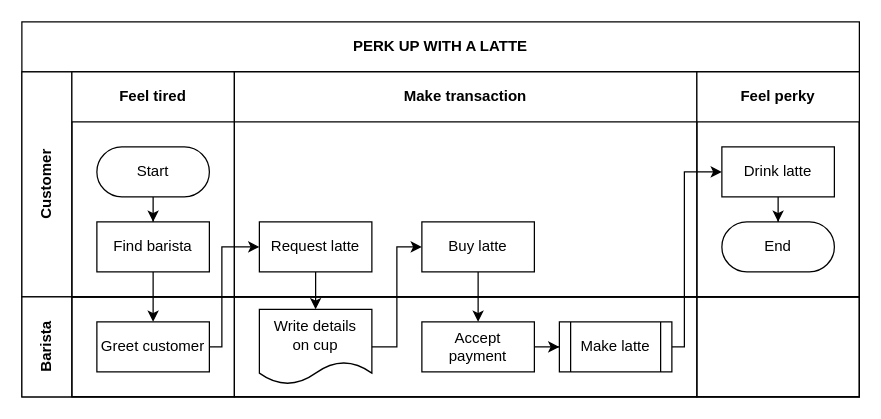
Earlier version of the draw.io diagram Untitled Diagram.drawio (YadavGulshan/Hotel-Management-System). Source tidied: cells renumbered, new cells numbered last; positions are measured from the earlier drawing's top-left corner, leaving out a move shared by most shapes. Both pictures are drawn from the tidied source at 125%, with x=0, y=0 at pixel (21, 21).
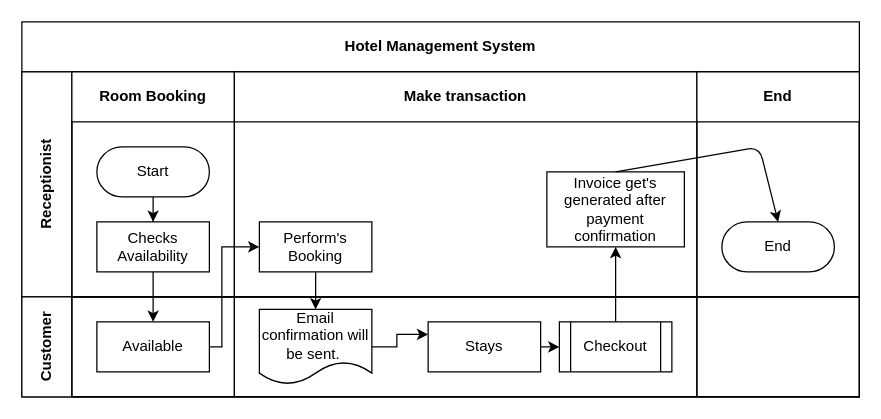
The same diagram, later.

Commit message:
Made the diagram

The change refers to these unchanged cells:
```xml
<mxCell id="9" value="Make transaction" style="swimlane;startSize=40;html=1;whiteSpace=wrap;" parent="4" vertex="1">
  <mxGeometry x="170" width="370" height="180" as="geometry" />
</mxCell>
<mxCell id="15" value="End" style="rounded=1;whiteSpace=wrap;html=1;arcSize=50;" parent="12" vertex="1">
  <mxGeometry x="20" y="120" width="90" height="40" as="geometry" />
</mxCell>
<mxCell id="17" style="swimlane;startSize=0;html=1;whiteSpace=wrap;" parent="16" vertex="1">
  <mxGeometry x="40" width="130" height="80" as="geometry" />
</mxCell>
<mxCell id="19" style="swimlane;startSize=0;html=1;whiteSpace=wrap;" parent="16" vertex="1">
  <mxGeometry x="170" width="370" height="80" as="geometry" />
</mxCell>
```

Diff of the diagram source:
```diff
@@
-    <mxCell id="2" value="PERK UP WITH A LATTE" style="shape=table;childLayout=tableLayout;rowLines=0;columnLines=0;startSize=40;html=1;whiteSpace=wrap;fontStyle=1;" parent="1" vertex="1">
+    <mxCell id="2" value="Hotel Management System" style="shape=table;childLayout=tableLayout;rowLines=0;columnLines=0;startSize=40;html=1;whiteSpace=wrap;fontStyle=1;" parent="1" vertex="1">
       <mxGeometry width="670" height="300" as="geometry" />
     </mxCell>
@@
-    <mxCell id="4" value="Customer" style="swimlane;horizontal=0;startSize=40;html=1;whiteSpace=wrap;" parent="2" vertex="1">
+    <mxCell id="4" value="Receptionist" style="swimlane;horizontal=0;startSize=40;html=1;whiteSpace=wrap;" parent="2" vertex="1">
       <mxGeometry y="40" width="670" height="180" as="geometry" />
     </mxCell>
-    <mxCell id="5" value="Feel tired" style="swimlane;startSize=40;html=1;whiteSpace=wrap;" parent="4" vertex="1">
+    <mxCell id="5" value="Room Booking" style="swimlane;startSize=40;html=1;whiteSpace=wrap;" parent="4" vertex="1">
       <mxGeometry x="40" width="130" height="180" as="geometry" />
     </mxCell>
@@
-    <mxCell id="8" value="Find barista" style="rounded=0;whiteSpace=wrap;html=1;" parent="5" vertex="1">
+    <mxCell id="8" value="Checks Availability" style="rounded=0;whiteSpace=wrap;html=1;" parent="5" vertex="1">
       <mxGeometry x="20" y="120" width="90" height="40" as="geometry" />
     </mxCell>
@@
-    <mxCell id="10" value="Request latte" style="rounded=0;whiteSpace=wrap;html=1;" parent="9" vertex="1">
+    <mxCell id="10" value="Perform's Booking" style="rounded=0;whiteSpace=wrap;html=1;" parent="9" vertex="1">
       <mxGeometry x="20" y="120" width="90" height="40" as="geometry" />
     </mxCell>
-    <mxCell id="11" value="Buy latte" style="rounded=0;whiteSpace=wrap;html=1;" parent="9" vertex="1">
-      <mxGeometry x="150" y="120" width="90" height="40" as="geometry" />
-    </mxCell>
+    <mxCell id="21" value="Invoice get's generated after payment confirmation" style="rounded=0;whiteSpace=wrap;html=1;" parent="9" vertex="1">
+      <mxGeometry x="250" y="80" width="110" height="60" as="geometry" />
+    </mxCell>
-    <mxCell id="12" value="Feel perky" style="swimlane;startSize=40;html=1;whiteSpace=wrap;" parent="4" vertex="1">
+    <mxCell id="12" value="End" style="swimlane;startSize=40;html=1;whiteSpace=wrap;" parent="4" vertex="1">
       <mxGeometry x="540" width="130" height="180" as="geometry" />
     </mxCell>
-    <mxCell id="13" style="edgeStyle=orthogonalEdgeStyle;rounded=0;jettySize=auto;html=1;" parent="12" edge="1" source="14" target="15">
-      <mxGeometry relative="1" as="geometry" />
-    </mxCell>
-    <mxCell id="14" value="Drink latte" style="rounded=0;whiteSpace=wrap;html=1;" parent="12" vertex="1">
-      <mxGeometry x="20" y="60" width="90" height="40" as="geometry" />
-    </mxCell>
@@
+    <mxCell id="30" style="endArrow=classic;html=1;entryX=0.5;entryY=0;entryDx=0;entryDy=0;exitX=0.5;exitY=0;exitDx=0;exitDy=0;" parent="4" edge="1" source="21" target="15">
+      <mxGeometry relative="1" as="geometry">
+        <Array as="points">
+          <mxPoint x="590" y="60" />
+        </Array>
+      </mxGeometry>
+    </mxCell>
-    <mxCell id="16" value="Barista" style="swimlane;horizontal=0;startSize=40;html=1;whiteSpace=wrap;" parent="2" vertex="1">
+    <mxCell id="16" value="Customer" style="swimlane;horizontal=0;startSize=40;html=1;whiteSpace=wrap;" parent="2" vertex="1">
       <mxGeometry y="220" width="670" height="80" as="geometry" />
     </mxCell>
@@
-    <mxCell id="18" value="Greet customer" style="rounded=0;whiteSpace=wrap;html=1;" parent="17" vertex="1">
+    <mxCell id="18" value="Available" style="rounded=0;whiteSpace=wrap;html=1;" parent="17" vertex="1">
       <mxGeometry x="20" y="20" width="90" height="40" as="geometry" />
     </mxCell>
@@
-    <mxCell id="20" style="edgeStyle=orthogonalEdgeStyle;rounded=0;jettySize=auto;html=1;" parent="19" edge="1" source="21" target="23">
-      <mxGeometry relative="1" as="geometry" />
-    </mxCell>
-    <mxCell id="21" value="Accept&lt;br&gt;payment" style="rounded=0;whiteSpace=wrap;html=1;" parent="19" vertex="1">
-      <mxGeometry x="150" y="20" width="90" height="40" as="geometry" />
-    </mxCell>
-    <mxCell id="22" value="Write details&lt;br&gt;on cup" style="shape=document;whiteSpace=wrap;html=1;boundedLbl=1;" parent="19" vertex="1">
+    <mxCell id="22" value="Email confirmation will be sent.&amp;nbsp;" style="shape=document;whiteSpace=wrap;html=1;boundedLbl=1;" parent="19" vertex="1">
       <mxGeometry x="20" y="10" width="90" height="60" as="geometry" />
     </mxCell>
-    <mxCell id="23" value="Make latte" style="shape=process;whiteSpace=wrap;html=1;backgroundOutline=1;" parent="19" vertex="1">
+    <mxCell id="23" value="Checkout" style="shape=process;whiteSpace=wrap;html=1;backgroundOutline=1;" parent="19" vertex="1">
       <mxGeometry x="260" y="20" width="90" height="40" as="geometry" />
     </mxCell>
+    <mxCell id="11" value="Stays" style="rounded=0;whiteSpace=wrap;html=1;" parent="19" vertex="1">
+      <mxGeometry x="155" y="20" width="90" height="40" as="geometry" />
+    </mxCell>
+    <mxCell id="27" style="edgeStyle=orthogonalEdgeStyle;rounded=0;jettySize=auto;html=1;" parent="19" edge="1" source="22" target="11">
+      <mxGeometry relative="1" as="geometry">
+        <Array as="points">
+          <mxPoint x="130" y="40" />
+          <mxPoint x="130" y="30" />
+        </Array>
+      </mxGeometry>
+    </mxCell>
+    <mxCell id="31" style="endArrow=classic;html=1;entryX=0;entryY=0.5;entryDx=0;entryDy=0;exitX=1;exitY=0.5;exitDx=0;exitDy=0;" parent="19" edge="1" source="11" target="23">
+      <mxGeometry relative="1" as="geometry" />
+    </mxCell>
@@
-    <mxCell id="27" style="edgeStyle=orthogonalEdgeStyle;rounded=0;jettySize=auto;html=1;" parent="2" edge="1" source="22" target="11">
-      <mxGeometry relative="1" as="geometry">
-        <Array as="points">
-          <mxPoint x="300" y="260" />
-          <mxPoint x="300" y="180" />
-        </Array>
-      </mxGeometry>
-    </mxCell>
-    <mxCell id="28" style="edgeStyle=orthogonalEdgeStyle;rounded=0;jettySize=auto;html=1;" parent="2" edge="1" source="11" target="21">
-      <mxGeometry relative="1" as="geometry" />
-    </mxCell>
-    <mxCell id="29" style="edgeStyle=orthogonalEdgeStyle;rounded=0;jettySize=auto;html=1;" parent="2" edge="1" source="23" target="14">
-      <mxGeometry relative="1" as="geometry">
-        <Array as="points">
-          <mxPoint x="530" y="260" />
-          <mxPoint x="530" y="120" />
-        </Array>
-      </mxGeometry>
-    </mxCell>
+    <mxCell id="32" style="endArrow=classic;html=1;exitX=0.5;exitY=0;exitDx=0;exitDy=0;entryX=0.5;entryY=1;entryDx=0;entryDy=0;" parent="2" edge="1" source="23" target="21">
+      <mxGeometry relative="1" as="geometry" />
+    </mxCell>
```
